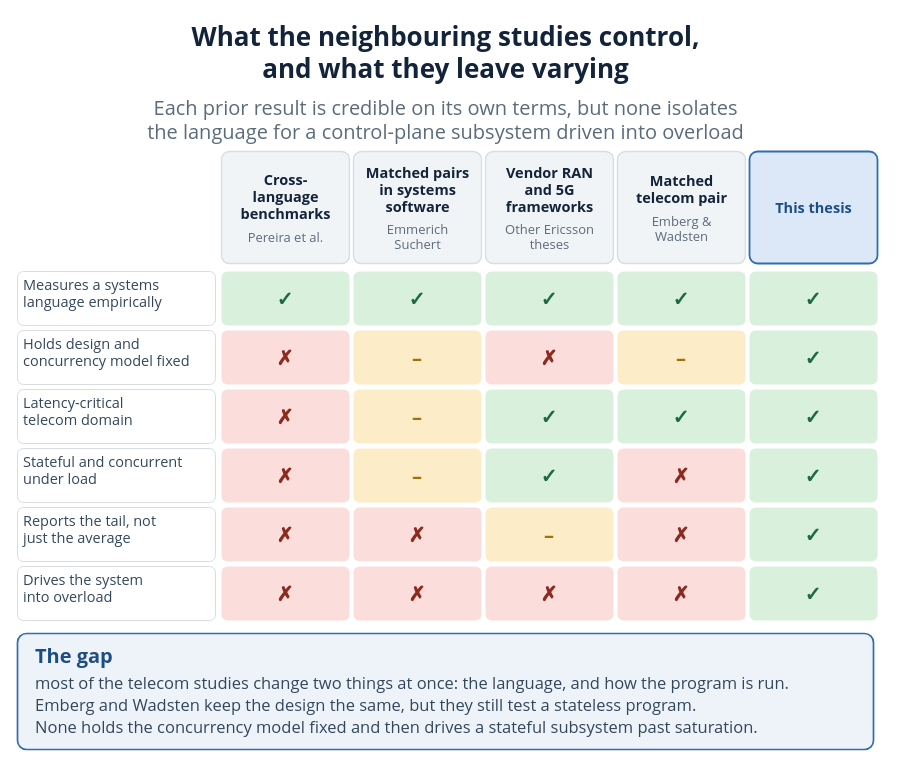
The draw.io diagram diagrams/29_research_gap.drawio in VienThanh12/Master-Thesis, before the edit. Source tidied: cells renumbered, new cells numbered last; positions are measured from the earlier drawing's top-left corner, leaving out a move shared by most shapes. Both pictures are drawn from the tidied source at 100%, with x=0, y=0 at pixel (17, 16).
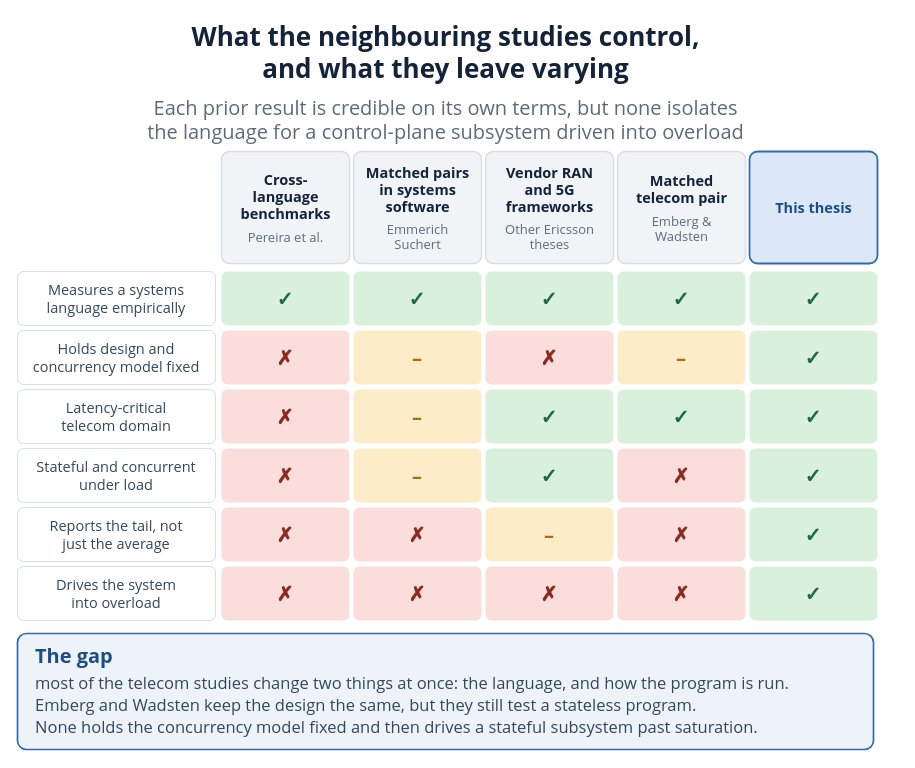
The same page after the edit.

Commit message (it also covers changes not shown here):
fixed figure 2.2 centralize the text in the table

The edit, as a diff of the source:
```diff
@@
-    <mxCell id="30" value="Measures a systems&lt;br&gt;language empirically" style="rounded=1;whiteSpace=wrap;html=1;absoluteArcSize=1;arcSize=12;fillColor=#ffffff;strokeColor=#d7dde3;strokeWidth=1.0;align=left;verticalAlign=top;spacingLeft=4;spacingTop=-2;spacingRight=6;fontSize=14.5;fontColor=#33475b;fontFamily=Segoe UI;" parent="1" vertex="1">
+    <mxCell id="30" value="Measures a systems&lt;br&gt;language empirically" style="rounded=1;whiteSpace=wrap;html=1;absoluteArcSize=1;arcSize=12;fillColor=#ffffff;strokeColor=#d7dde3;strokeWidth=1.0;align=center;verticalAlign=middle;spacingLeft=4;spacingRight=4;spacingTop=0;fontSize=14.5;fontColor=#33475b;fontFamily=Segoe UI;" parent="1" vertex="1">
       <mxGeometry y="255" width="198" height="54" as="geometry" />
     </mxCell>
@@
-    <mxCell id="36" value="Holds design and&lt;br&gt;concurrency model fixed" style="rounded=1;whiteSpace=wrap;html=1;absoluteArcSize=1;arcSize=12;fillColor=#ffffff;strokeColor=#d7dde3;strokeWidth=1.0;align=left;verticalAlign=top;spacingLeft=4;spacingTop=-2;spacingRight=6;fontSize=14.5;fontColor=#33475b;fontFamily=Segoe UI;" parent="1" vertex="1">
+    <mxCell id="36" value="Holds design and&lt;br&gt;concurrency model fixed" style="rounded=1;whiteSpace=wrap;html=1;absoluteArcSize=1;arcSize=12;fillColor=#ffffff;strokeColor=#d7dde3;strokeWidth=1.0;align=center;verticalAlign=middle;spacingLeft=4;spacingRight=4;spacingTop=0;fontSize=14.5;fontColor=#33475b;fontFamily=Segoe UI;" parent="1" vertex="1">
       <mxGeometry y="314" width="198" height="54" as="geometry" />
     </mxCell>
@@
-    <mxCell id="42" value="Latency-critical&lt;br&gt;telecom domain" style="rounded=1;whiteSpace=wrap;html=1;absoluteArcSize=1;arcSize=12;fillColor=#ffffff;strokeColor=#d7dde3;strokeWidth=1.0;align=left;verticalAlign=top;spacingLeft=4;spacingTop=-2;spacingRight=6;fontSize=14.5;fontColor=#33475b;fontFamily=Segoe UI;" parent="1" vertex="1">
+    <mxCell id="42" value="Latency-critical&lt;br&gt;telecom domain" style="rounded=1;whiteSpace=wrap;html=1;absoluteArcSize=1;arcSize=12;fillColor=#ffffff;strokeColor=#d7dde3;strokeWidth=1.0;align=center;verticalAlign=middle;spacingLeft=4;spacingRight=4;spacingTop=0;fontSize=14.5;fontColor=#33475b;fontFamily=Segoe UI;" parent="1" vertex="1">
       <mxGeometry y="373" width="198" height="54" as="geometry" />
     </mxCell>
@@
-    <mxCell id="48" value="Stateful and concurrent&lt;br&gt;under load" style="rounded=1;whiteSpace=wrap;html=1;absoluteArcSize=1;arcSize=12;fillColor=#ffffff;strokeColor=#d7dde3;strokeWidth=1.0;align=left;verticalAlign=top;spacingLeft=4;spacingTop=-2;spacingRight=6;fontSize=14.5;fontColor=#33475b;fontFamily=Segoe UI;" parent="1" vertex="1">
+    <mxCell id="48" value="Stateful and concurrent&lt;br&gt;under load" style="rounded=1;whiteSpace=wrap;html=1;absoluteArcSize=1;arcSize=12;fillColor=#ffffff;strokeColor=#d7dde3;strokeWidth=1.0;align=center;verticalAlign=middle;spacingLeft=4;spacingRight=4;spacingTop=0;fontSize=14.5;fontColor=#33475b;fontFamily=Segoe UI;" parent="1" vertex="1">
       <mxGeometry y="432" width="198" height="54" as="geometry" />
     </mxCell>
@@
-    <mxCell id="54" value="Reports the tail, not&lt;br&gt;just the average" style="rounded=1;whiteSpace=wrap;html=1;absoluteArcSize=1;arcSize=12;fillColor=#ffffff;strokeColor=#d7dde3;strokeWidth=1.0;align=left;verticalAlign=top;spacingLeft=4;spacingTop=-2;spacingRight=6;fontSize=14.5;fontColor=#33475b;fontFamily=Segoe UI;" parent="1" vertex="1">
+    <mxCell id="54" value="Reports the tail, not&lt;br&gt;just the average" style="rounded=1;whiteSpace=wrap;html=1;absoluteArcSize=1;arcSize=12;fillColor=#ffffff;strokeColor=#d7dde3;strokeWidth=1.0;align=center;verticalAlign=middle;spacingLeft=4;spacingRight=4;spacingTop=0;fontSize=14.5;fontColor=#33475b;fontFamily=Segoe UI;" parent="1" vertex="1">
       <mxGeometry y="491" width="198" height="54" as="geometry" />
     </mxCell>
@@
-    <mxCell id="60" value="Drives the system&lt;br&gt;into overload" style="rounded=1;whiteSpace=wrap;html=1;absoluteArcSize=1;arcSize=12;fillColor=#ffffff;strokeColor=#d7dde3;strokeWidth=1.0;align=left;verticalAlign=top;spacingLeft=4;spacingTop=-2;spacingRight=6;fontSize=14.5;fontColor=#33475b;fontFamily=Segoe UI;" parent="1" vertex="1">
+    <mxCell id="60" value="Drives the system&lt;br&gt;into overload" style="rounded=1;whiteSpace=wrap;html=1;absoluteArcSize=1;arcSize=12;fillColor=#ffffff;strokeColor=#d7dde3;strokeWidth=1.0;align=center;verticalAlign=middle;spacingLeft=4;spacingRight=4;spacingTop=0;fontSize=14.5;fontColor=#33475b;fontFamily=Segoe UI;" parent="1" vertex="1">
       <mxGeometry y="550" width="198" height="54" as="geometry" />
     </mxCell>
```
